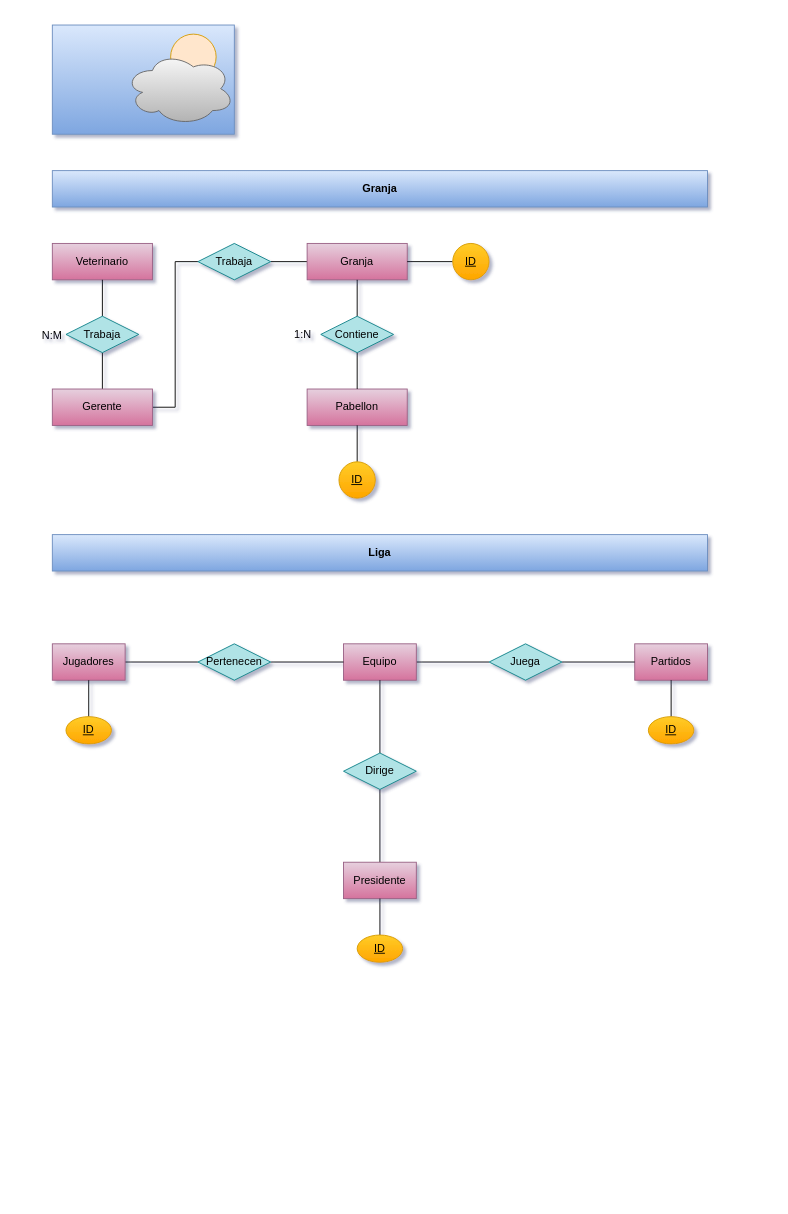
Before: BAE/tarea1.drawio in toninavhd/1-DAW_pt2, a draw.io diagram. Source tidied: cells renumbered, new cells numbered last; positions are measured from the earlier drawing's top-left corner, leaving out a move shared by most shapes. Both pictures are drawn from the tidied source at 91%, with x=0, y=0 at pixel (25, 25).
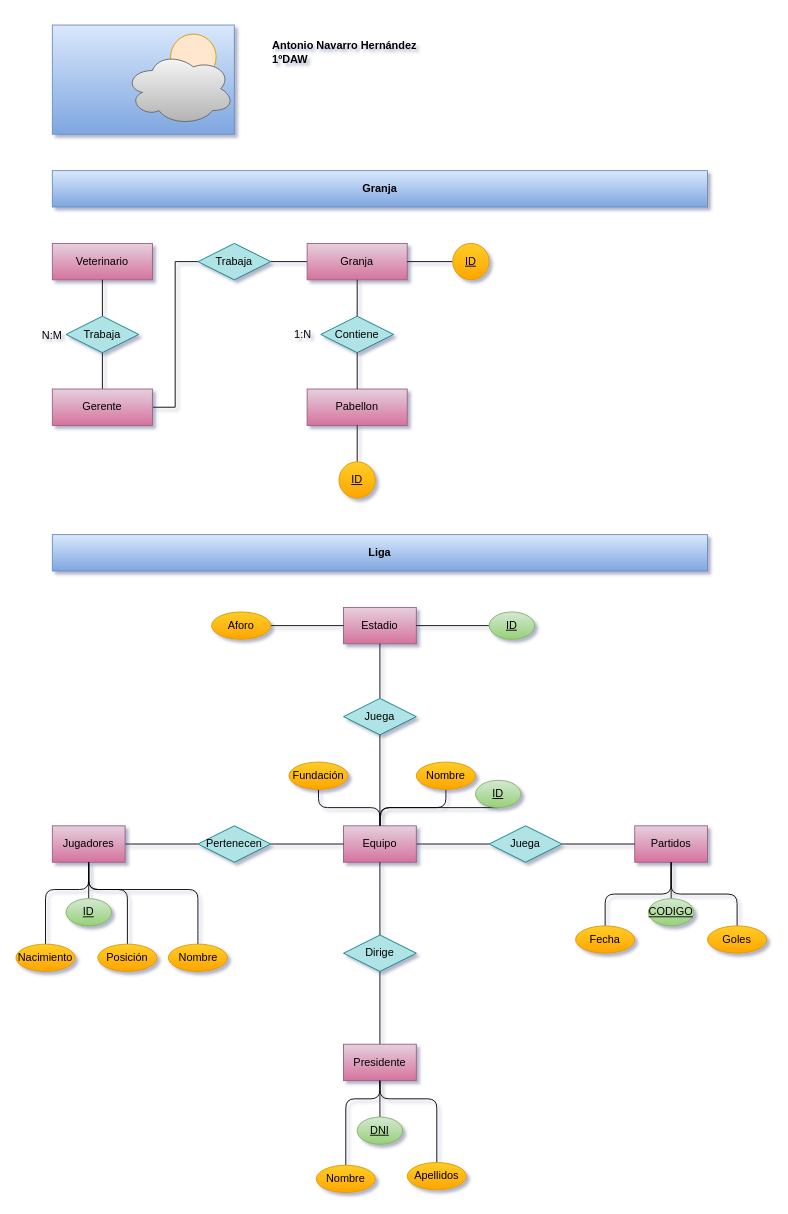
The same page after the edit.

What changed in the source:
```diff
@@
     <mxCell id="18" value="Jugadores" style="rounded=0;whiteSpace=wrap;html=1;fillColor=#e6d0de;gradientColor=#d5739d;strokeColor=#996185;" parent="1" vertex="1">
-      <mxGeometry x="30" y="680" width="80" height="40" as="geometry" />
+      <mxGeometry x="30" y="880" width="80" height="40" as="geometry" />
     </mxCell>
@@
+    <mxCell id="45" style="edgeStyle=orthogonalEdgeStyle;rounded=0;jettySize=auto;html=1;exitX=0.5;exitY=0;exitDx=0;exitDy=0;entryX=0.5;entryY=1;entryDx=0;entryDy=0;endArrow=none;endFill=0;" parent="1" edge="1" source="20" target="57">
+      <mxGeometry relative="1" as="geometry" />
+    </mxCell>
     <mxCell id="20" value="Equipo" style="rounded=0;whiteSpace=wrap;html=1;fillColor=#e6d0de;gradientColor=#d5739d;strokeColor=#996185;" parent="1" vertex="1">
-      <mxGeometry x="350" y="680" width="80" height="40" as="geometry" />
+      <mxGeometry x="350" y="880" width="80" height="40" as="geometry" />
     </mxCell>
     <mxCell id="21" value="&lt;div&gt;Partidos&lt;/div&gt;" style="rounded=0;whiteSpace=wrap;html=1;fillColor=#e6d0de;gradientColor=#d5739d;strokeColor=#996185;" parent="1" vertex="1">
-      <mxGeometry x="670" y="680" width="80" height="40" as="geometry" />
+      <mxGeometry x="670" y="880" width="80" height="40" as="geometry" />
     </mxCell>
@@
     <mxCell id="23" value="Pertenecen" style="rhombus;whiteSpace=wrap;html=1;fillColor=#b0e3e6;strokeColor=#0e8088;" parent="1" vertex="1">
-      <mxGeometry x="190" y="680" width="80" height="40" as="geometry" />
+      <mxGeometry x="190" y="880" width="80" height="40" as="geometry" />
     </mxCell>
@@
     <mxCell id="25" value="&lt;div&gt;Juega&lt;/div&gt;" style="rhombus;whiteSpace=wrap;html=1;fillColor=#b0e3e6;strokeColor=#0e8088;" parent="1" vertex="1">
-      <mxGeometry x="510" y="680" width="80" height="40" as="geometry" />
+      <mxGeometry x="510" y="880" width="80" height="40" as="geometry" />
     </mxCell>
@@
     <mxCell id="27" value="Presidente" style="rounded=0;whiteSpace=wrap;html=1;fillColor=#e6d0de;gradientColor=#d5739d;strokeColor=#996185;" parent="1" vertex="1">
-      <mxGeometry x="350" y="920" width="80" height="40" as="geometry" />
+      <mxGeometry x="350" y="1120" width="80" height="40" as="geometry" />
     </mxCell>
@@
     <mxCell id="29" value="&lt;div&gt;Dirige&lt;/div&gt;" style="rhombus;whiteSpace=wrap;html=1;fillColor=#b0e3e6;strokeColor=#0e8088;" parent="1" vertex="1">
-      <mxGeometry x="350" y="800" width="80" height="40" as="geometry" />
+      <mxGeometry x="350" y="1000" width="80" height="40" as="geometry" />
     </mxCell>
@@
-    <mxCell id="31" value="&lt;u&gt;ID&lt;/u&gt;" style="ellipse;whiteSpace=wrap;html=1;fillColor=#ffcd28;strokeColor=#d79b00;gradientColor=#ffa500;" parent="1" vertex="1">
-      <mxGeometry x="45" y="760" width="50" height="30" as="geometry" />
+    <mxCell id="31" value="&lt;u&gt;ID&lt;/u&gt;" style="ellipse;whiteSpace=wrap;html=1;fillColor=#d5e8d4;strokeColor=#82b366;gradientColor=#97d077;" parent="1" vertex="1">
+      <mxGeometry x="45" y="960" width="50" height="30" as="geometry" />
     </mxCell>
@@
-    <mxCell id="33" value="&lt;u&gt;ID&lt;/u&gt;" style="ellipse;whiteSpace=wrap;html=1;fillColor=#ffcd28;strokeColor=#d79b00;gradientColor=#ffa500;" parent="1" vertex="1">
-      <mxGeometry x="365" y="1000" width="50" height="30" as="geometry" />
+    <mxCell id="33" value="&lt;u&gt;DNI&lt;/u&gt;" style="ellipse;whiteSpace=wrap;html=1;fillColor=#d5e8d4;strokeColor=#82b366;gradientColor=#97d077;" parent="1" vertex="1">
+      <mxGeometry x="365" y="1200" width="50" height="30" as="geometry" />
     </mxCell>
@@
-    <mxCell id="35" value="&lt;u&gt;ID&lt;/u&gt;" style="ellipse;whiteSpace=wrap;html=1;fillColor=#ffcd28;strokeColor=#d79b00;gradientColor=#ffa500;" parent="1" vertex="1">
-      <mxGeometry x="685" y="760" width="50" height="30" as="geometry" />
+    <mxCell id="35" value="&lt;u&gt;CODIGO&lt;/u&gt;" style="ellipse;whiteSpace=wrap;html=1;fillColor=#d5e8d4;strokeColor=#82b366;gradientColor=#97d077;" parent="1" vertex="1">
+      <mxGeometry x="685" y="960" width="50" height="30" as="geometry" />
     </mxCell>
@@
+    <mxCell id="46" value="&lt;div align=&quot;left&quot;&gt;&lt;b&gt;Antonio Navarro Hernández&lt;/b&gt;&lt;/div&gt;&lt;div align=&quot;left&quot;&gt;&lt;b&gt;1ºDAW&lt;br&gt;&lt;/b&gt;&lt;/div&gt;" style="text;html=1;align=left;verticalAlign=middle;whiteSpace=wrap;rounded=0;" parent="1" vertex="1">
+      <mxGeometry x="270" y="-10" width="180" height="80" as="geometry" />
+    </mxCell>
+    <mxCell id="47" style="edgeStyle=orthogonalEdgeStyle;rounded=1;orthogonalLoop=1;jettySize=auto;html=1;exitX=0.5;exitY=0;exitDx=0;exitDy=0;entryX=0.5;entryY=1;entryDx=0;entryDy=0;endArrow=none;endFill=0;curved=0;" parent="1" edge="1">
+      <mxGeometry relative="1" as="geometry">
+        <mxPoint x="22.5" y="1010" as="sourcePoint" />
+        <mxPoint x="70" y="922" as="targetPoint" />
+        <Array as="points">
+          <mxPoint x="23" y="950" />
+          <mxPoint x="70" y="950" />
+        </Array>
+      </mxGeometry>
+    </mxCell>
+    <mxCell id="48" value="Nacimiento" style="ellipse;whiteSpace=wrap;html=1;fillColor=#ffcd28;strokeColor=#d79b00;gradientColor=#ffa500;" parent="1" vertex="1">
+      <mxGeometry x="-10" y="1010" width="65" height="30" as="geometry" />
+    </mxCell>
+    <mxCell id="49" style="edgeStyle=orthogonalEdgeStyle;rounded=1;jettySize=auto;html=1;exitX=0.5;exitY=0;exitDx=0;exitDy=0;entryX=0.5;entryY=1;entryDx=0;entryDy=0;endArrow=none;endFill=0;curved=0;" parent="1" edge="1" source="50" target="18">
+      <mxGeometry relative="1" as="geometry">
+        <Array as="points">
+          <mxPoint x="113" y="950" />
+          <mxPoint x="70" y="950" />
+        </Array>
+      </mxGeometry>
+    </mxCell>
+    <mxCell id="50" value="Posición" style="ellipse;whiteSpace=wrap;html=1;fillColor=#ffcd28;strokeColor=#d79b00;gradientColor=#ffa500;" parent="1" vertex="1">
+      <mxGeometry x="80" y="1010" width="65" height="30" as="geometry" />
+    </mxCell>
+    <mxCell id="51" style="edgeStyle=orthogonalEdgeStyle;rounded=1;jettySize=auto;html=1;exitX=0.5;exitY=0;exitDx=0;exitDy=0;entryX=0.5;entryY=1;entryDx=0;entryDy=0;endArrow=none;endFill=0;curved=0;" parent="1" edge="1" source="52" target="18">
+      <mxGeometry relative="1" as="geometry">
+        <Array as="points">
+          <mxPoint x="190" y="1005" />
+          <mxPoint x="190" y="950" />
+          <mxPoint x="70" y="950" />
+        </Array>
+      </mxGeometry>
+    </mxCell>
+    <mxCell id="52" value="Nombre" style="ellipse;whiteSpace=wrap;html=1;fillColor=#ffcd28;strokeColor=#d79b00;gradientColor=#ffa500;" parent="1" vertex="1">
+      <mxGeometry x="157.5" y="1010" width="65" height="30" as="geometry" />
+    </mxCell>
+    <mxCell id="53" style="edgeStyle=orthogonalEdgeStyle;rounded=1;jettySize=auto;html=1;exitX=0.5;exitY=1;exitDx=0;exitDy=0;curved=0;endArrow=none;endFill=0;" parent="1" edge="1" source="54" target="20">
+      <mxGeometry relative="1" as="geometry" />
+    </mxCell>
+    <mxCell id="54" value="Nombre" style="ellipse;whiteSpace=wrap;html=1;fillColor=#ffcd28;strokeColor=#d79b00;gradientColor=#ffa500;" parent="1" vertex="1">
+      <mxGeometry x="430" y="810" width="65" height="30" as="geometry" />
+    </mxCell>
+    <mxCell id="55" value="Estadio" style="rounded=0;whiteSpace=wrap;html=1;fillColor=#e6d0de;gradientColor=#d5739d;strokeColor=#996185;" parent="1" vertex="1">
+      <mxGeometry x="350" y="640" width="80" height="40" as="geometry" />
+    </mxCell>
+    <mxCell id="56" style="edgeStyle=orthogonalEdgeStyle;rounded=0;jettySize=auto;html=1;exitX=0.5;exitY=0;exitDx=0;exitDy=0;endArrow=none;endFill=0;" parent="1" edge="1" source="57" target="55">
+      <mxGeometry relative="1" as="geometry" />
+    </mxCell>
+    <mxCell id="57" value="Juega" style="rhombus;whiteSpace=wrap;html=1;fillColor=#b0e3e6;strokeColor=#0e8088;" parent="1" vertex="1">
+      <mxGeometry x="350" y="740" width="80" height="40" as="geometry" />
+    </mxCell>
+    <mxCell id="58" style="edgeStyle=orthogonalEdgeStyle;rounded=1;jettySize=auto;html=1;exitX=0.5;exitY=1;exitDx=0;exitDy=0;endArrow=none;endFill=0;curved=0;" parent="1" edge="1" source="59">
+      <mxGeometry relative="1" as="geometry">
+        <mxPoint x="390" y="880" as="targetPoint" />
+        <Array as="points">
+          <mxPoint x="391" y="860" />
+        </Array>
+      </mxGeometry>
+    </mxCell>
+    <mxCell id="59" value="&lt;u&gt;ID&lt;/u&gt;" style="ellipse;whiteSpace=wrap;html=1;fillColor=#d5e8d4;strokeColor=#82b366;gradientColor=#97d077;" parent="1" vertex="1">
+      <mxGeometry x="495" y="830" width="50" height="30" as="geometry" />
+    </mxCell>
+    <mxCell id="60" style="edgeStyle=orthogonalEdgeStyle;rounded=0;jettySize=auto;html=1;exitX=0;exitY=0.5;exitDx=0;exitDy=0;endArrow=none;endFill=0;" parent="1" edge="1" source="61" target="55">
+      <mxGeometry relative="1" as="geometry" />
+    </mxCell>
+    <mxCell id="61" value="&lt;u&gt;ID&lt;/u&gt;" style="ellipse;whiteSpace=wrap;html=1;fillColor=#d5e8d4;strokeColor=#82b366;gradientColor=#97d077;" parent="1" vertex="1">
+      <mxGeometry x="510" y="645" width="50" height="30" as="geometry" />
+    </mxCell>
+    <mxCell id="62" style="edgeStyle=orthogonalEdgeStyle;rounded=1;jettySize=auto;html=1;exitX=0.5;exitY=1;exitDx=0;exitDy=0;entryX=0.5;entryY=0;entryDx=0;entryDy=0;endArrow=none;endFill=0;curved=0;" parent="1" edge="1" source="63" target="20">
+      <mxGeometry relative="1" as="geometry" />
+    </mxCell>
+    <mxCell id="63" value="&lt;div&gt;Fundación&lt;/div&gt;" style="ellipse;whiteSpace=wrap;html=1;fillColor=#ffcd28;strokeColor=#d79b00;gradientColor=#ffa500;" parent="1" vertex="1">
+      <mxGeometry x="290" y="810" width="65" height="30" as="geometry" />
+    </mxCell>
+    <mxCell id="64" style="edgeStyle=orthogonalEdgeStyle;rounded=0;jettySize=auto;html=1;exitX=1;exitY=0.5;exitDx=0;exitDy=0;entryX=0;entryY=0.5;entryDx=0;entryDy=0;endArrow=none;endFill=0;" parent="1" edge="1" source="65" target="55">
+      <mxGeometry relative="1" as="geometry" />
+    </mxCell>
+    <mxCell id="65" value="Aforo" style="ellipse;whiteSpace=wrap;html=1;fillColor=#ffcd28;strokeColor=#d79b00;gradientColor=#ffa500;" parent="1" vertex="1">
+      <mxGeometry x="205" y="645" width="65" height="30" as="geometry" />
+    </mxCell>
+    <mxCell id="66" style="edgeStyle=orthogonalEdgeStyle;rounded=1;jettySize=auto;html=1;exitX=0.5;exitY=0;exitDx=0;exitDy=0;entryX=0.5;entryY=1;entryDx=0;entryDy=0;endArrow=none;endFill=0;curved=0;" parent="1" edge="1" source="67" target="21">
+      <mxGeometry relative="1" as="geometry" />
+    </mxCell>
+    <mxCell id="67" value="Fecha" style="ellipse;whiteSpace=wrap;html=1;fillColor=#ffcd28;strokeColor=#d79b00;gradientColor=#ffa500;" parent="1" vertex="1">
+      <mxGeometry x="605" y="990" width="65" height="30" as="geometry" />
+    </mxCell>
+    <mxCell id="68" style="edgeStyle=orthogonalEdgeStyle;rounded=1;jettySize=auto;html=1;exitX=0.5;exitY=0;exitDx=0;exitDy=0;entryX=0.5;entryY=1;entryDx=0;entryDy=0;endArrow=none;endFill=0;curved=0;" parent="1" edge="1" source="69" target="21">
+      <mxGeometry relative="1" as="geometry" />
+    </mxCell>
+    <mxCell id="69" value="&lt;div&gt;Goles&lt;/div&gt;" style="ellipse;whiteSpace=wrap;html=1;fillColor=#ffcd28;strokeColor=#d79b00;gradientColor=#ffa500;" parent="1" vertex="1">
+      <mxGeometry x="750" y="990" width="65" height="30" as="geometry" />
+    </mxCell>
+    <mxCell id="70" style="edgeStyle=orthogonalEdgeStyle;rounded=1;jettySize=auto;html=1;exitX=0.5;exitY=0;exitDx=0;exitDy=0;entryX=0.5;entryY=1;entryDx=0;entryDy=0;endArrow=none;endFill=0;curved=0;" parent="1" edge="1" source="71" target="27">
+      <mxGeometry relative="1" as="geometry">
+        <Array as="points">
+          <mxPoint x="353" y="1180" />
+          <mxPoint x="390" y="1180" />
+        </Array>
+      </mxGeometry>
+    </mxCell>
+    <mxCell id="71" value="Nombre" style="ellipse;whiteSpace=wrap;html=1;fillColor=#ffcd28;strokeColor=#d79b00;gradientColor=#ffa500;" parent="1" vertex="1">
+      <mxGeometry x="320" y="1253" width="65" height="30" as="geometry" />
+    </mxCell>
+    <mxCell id="72" style="edgeStyle=orthogonalEdgeStyle;rounded=1;jettySize=auto;html=1;exitX=0.5;exitY=0;exitDx=0;exitDy=0;entryX=0.5;entryY=1;entryDx=0;entryDy=0;endArrow=none;endFill=0;curved=0;" parent="1" edge="1" source="73" target="27">
+      <mxGeometry relative="1" as="geometry">
+        <Array as="points">
+          <mxPoint x="453" y="1180" />
+          <mxPoint x="390" y="1180" />
+        </Array>
+      </mxGeometry>
+    </mxCell>
+    <mxCell id="73" value="Apellidos" style="ellipse;whiteSpace=wrap;html=1;fillColor=#ffcd28;strokeColor=#d79b00;gradientColor=#ffa500;" parent="1" vertex="1">
+      <mxGeometry x="420" y="1250" width="65" height="30" as="geometry" />
+    </mxCell>
```
